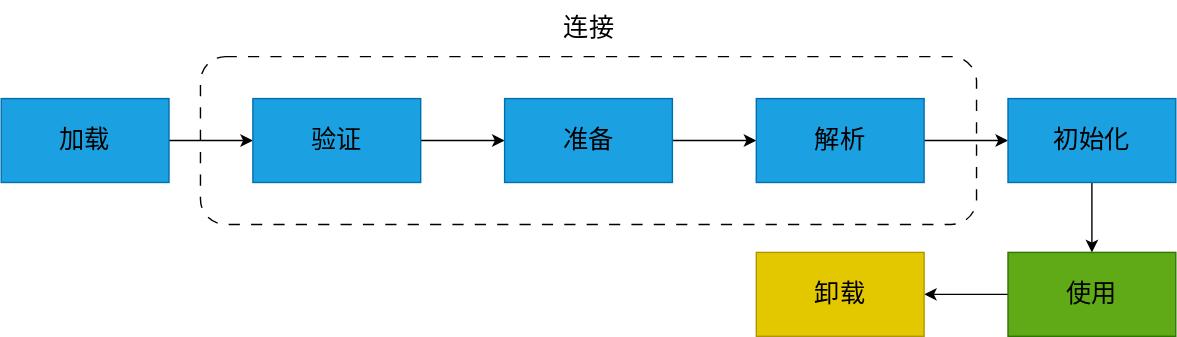
The draw.io diagram assets/drawio/jvm类加载过程.svg in zhanjixun/zhanjixun.github.io, before a commit. Source tidied: cells renumbered, new cells last; positions are measured from the earlier drawing's top-left corner, leaving out a move shared by most shapes.
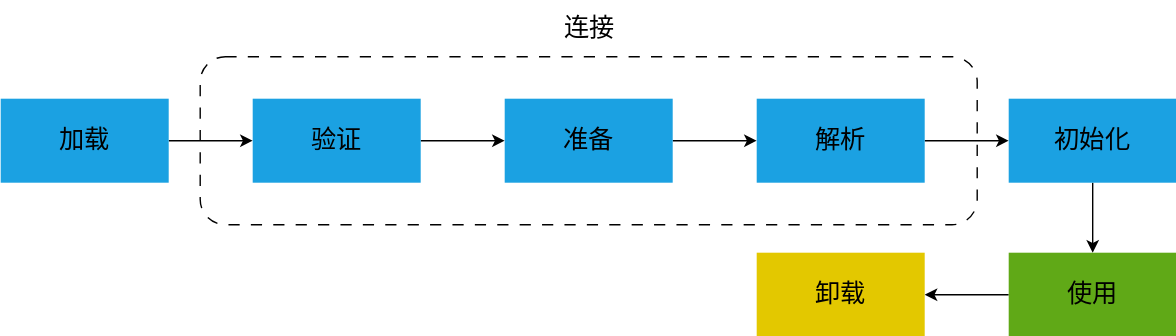
Above is the later version.

What changed in the source:
```diff
@@ -8,40 +8,40 @@
     <mxCell id="3" style="edgeStyle=orthogonalEdgeStyle;rounded=0;jettySize=auto;html=1;exitX=1;exitY=0.5;exitDx=0;exitDy=0;entryX=0;entryY=0.5;entryDx=0;entryDy=0;fontSize=18;fontColor=#000000;" parent="1" edge="1" source="4" target="6">
       <mxGeometry relative="1" as="geometry" />
     </mxCell>
-    <mxCell id="4" value="加载" style="rounded=0;whiteSpace=wrap;html=1;fontSize=18;fillColor=#1ba1e2;fontColor=#000000;strokeColor=#006EAF;" parent="1" vertex="1">
+    <mxCell id="4" value="加载" style="rounded=0;whiteSpace=wrap;html=1;fontSize=18;fillColor=#1ba1e2;fontColor=#000000;strokeColor=none;" parent="1" vertex="1">
       <mxGeometry y="70" width="120" height="60" as="geometry" />
     </mxCell>
     <mxCell id="5" style="edgeStyle=orthogonalEdgeStyle;rounded=0;jettySize=auto;html=1;exitX=1;exitY=0.5;exitDx=0;exitDy=0;entryX=0;entryY=0.5;entryDx=0;entryDy=0;fontSize=18;fontColor=#000000;" parent="1" edge="1" source="6" target="8">
       <mxGeometry relative="1" as="geometry" />
     </mxCell>
-    <mxCell id="6" value="验证" style="rounded=0;whiteSpace=wrap;html=1;fontSize=18;fillColor=#1ba1e2;fontColor=#000000;strokeColor=#006EAF;" parent="1" vertex="1">
+    <mxCell id="6" value="验证" style="rounded=0;whiteSpace=wrap;html=1;fontSize=18;fillColor=#1ba1e2;fontColor=#000000;strokeColor=none;" parent="1" vertex="1">
       <mxGeometry x="180" y="70" width="120" height="60" as="geometry" />
     </mxCell>
     <mxCell id="7" style="edgeStyle=orthogonalEdgeStyle;rounded=0;jettySize=auto;html=1;exitX=1;exitY=0.5;exitDx=0;exitDy=0;entryX=0;entryY=0.5;entryDx=0;entryDy=0;fontSize=18;fontColor=#000000;" parent="1" edge="1" source="8" target="10">
       <mxGeometry relative="1" as="geometry" />
     </mxCell>
-    <mxCell id="8" value="准备" style="rounded=0;whiteSpace=wrap;html=1;fontSize=18;fillColor=#1ba1e2;fontColor=#000000;strokeColor=#006EAF;" parent="1" vertex="1">
+    <mxCell id="8" value="准备" style="rounded=0;whiteSpace=wrap;html=1;fontSize=18;fillColor=#1ba1e2;fontColor=#000000;strokeColor=none;" parent="1" vertex="1">
       <mxGeometry x="360" y="70" width="120" height="60" as="geometry" />
     </mxCell>
     <mxCell id="9" style="edgeStyle=orthogonalEdgeStyle;rounded=0;jettySize=auto;html=1;exitX=1;exitY=0.5;exitDx=0;exitDy=0;entryX=0;entryY=0.5;entryDx=0;entryDy=0;fontSize=18;fontColor=#000000;" parent="1" edge="1" source="10" target="12">
       <mxGeometry relative="1" as="geometry" />
     </mxCell>
-    <mxCell id="10" value="解析" style="rounded=0;whiteSpace=wrap;html=1;fontSize=18;fillColor=#1ba1e2;fontColor=#000000;strokeColor=#006EAF;" parent="1" vertex="1">
+    <mxCell id="10" value="解析" style="rounded=0;whiteSpace=wrap;html=1;fontSize=18;fillColor=#1ba1e2;fontColor=#000000;strokeColor=none;" parent="1" vertex="1">
       <mxGeometry x="540" y="70" width="120" height="60" as="geometry" />
     </mxCell>
     <mxCell id="11" style="edgeStyle=orthogonalEdgeStyle;rounded=0;jettySize=auto;html=1;exitX=0.5;exitY=1;exitDx=0;exitDy=0;entryX=0.5;entryY=0;entryDx=0;entryDy=0;fontSize=18;fontColor=#000000;" parent="1" edge="1" source="12" target="14">
       <mxGeometry relative="1" as="geometry" />
     </mxCell>
-    <mxCell id="12" value="初始化" style="rounded=0;whiteSpace=wrap;html=1;fontSize=18;fillColor=#1ba1e2;fontColor=#000000;strokeColor=#006EAF;" parent="1" vertex="1">
+    <mxCell id="12" value="初始化" style="rounded=0;whiteSpace=wrap;html=1;fontSize=18;fillColor=#1ba1e2;fontColor=#000000;strokeColor=none;" parent="1" vertex="1">
       <mxGeometry x="720" y="70" width="120" height="60" as="geometry" />
     </mxCell>
     <mxCell id="13" style="edgeStyle=orthogonalEdgeStyle;rounded=0;jettySize=auto;html=1;exitX=0;exitY=0.5;exitDx=0;exitDy=0;entryX=1;entryY=0.5;entryDx=0;entryDy=0;fontSize=18;fontColor=#000000;" parent="1" edge="1" source="14" target="15">
       <mxGeometry relative="1" as="geometry" />
     </mxCell>
-    <mxCell id="14" value="使用" style="rounded=0;whiteSpace=wrap;html=1;fontSize=18;fillColor=#60a917;fontColor=#000000;strokeColor=#2D7600;" parent="1" vertex="1">
+    <mxCell id="14" value="使用" style="rounded=0;whiteSpace=wrap;html=1;fontSize=18;fillColor=#60a917;fontColor=#000000;strokeColor=none;" parent="1" vertex="1">
       <mxGeometry x="720" y="180" width="120" height="60" as="geometry" />
     </mxCell>
-    <mxCell id="15" value="卸载" style="rounded=0;whiteSpace=wrap;html=1;fontSize=18;fillColor=#e3c800;fontColor=#000000;strokeColor=#B09500;" parent="1" vertex="1">
+    <mxCell id="15" value="卸载" style="rounded=0;whiteSpace=wrap;html=1;fontSize=18;fillColor=#e3c800;fontColor=#000000;strokeColor=none;" parent="1" vertex="1">
       <mxGeometry x="540" y="180" width="120" height="60" as="geometry" />
     </mxCell>
     <mxCell id="16" value="连接" style="text;html=1;align=center;verticalAlign=middle;strokeColor=none;fillColor=none;fontSize=18;fontColor=#000000;" parent="1" vertex="1">
```
